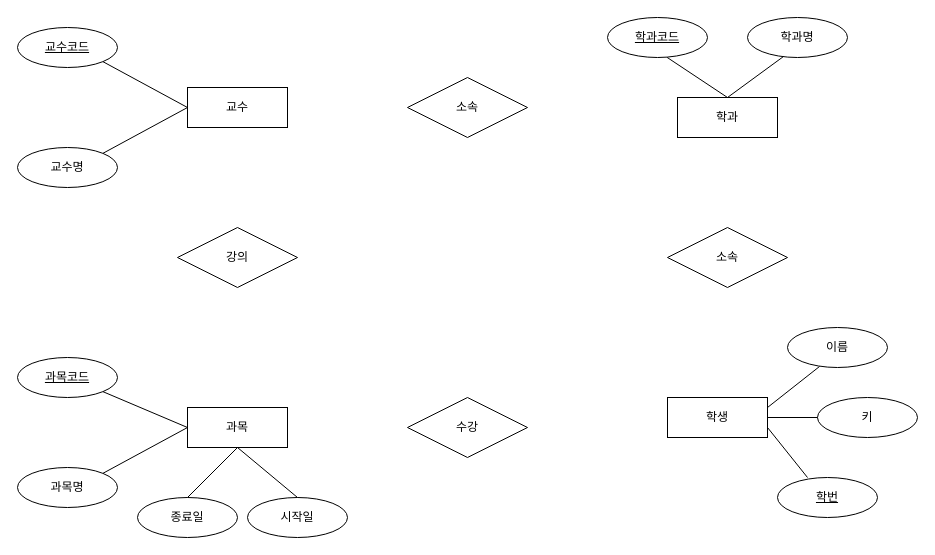
The draw.io diagram 학사관리시스템.drawio in joohyunProjectStorage/erd_sample, before the edit. Source tidied: cells renumbered, new cells numbered last; positions are measured from the earlier drawing's top-left corner, leaving out a move shared by most shapes. Both pictures are drawn from the tidied source at 100%, with x=0, y=0 at pixel (17, 17).
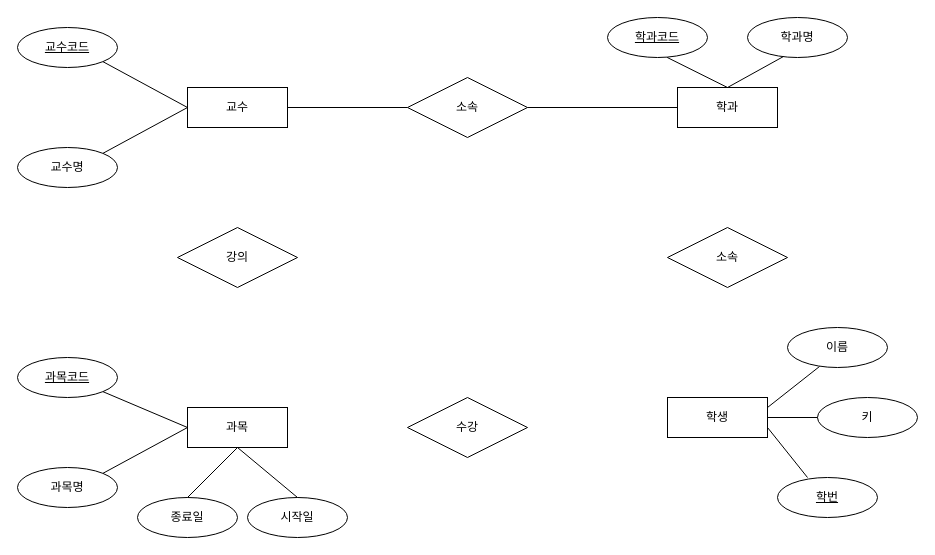
After the change.

Commit message (it also covers changes not shown here):
학사관리시스템.drawio 업데이트

The change refers to these unchanged cells:
```xml
<mxCell id="2" value="교수" style="whiteSpace=wrap;html=1;align=center;" parent="1" vertex="1">
  <mxGeometry x="170" y="70" width="100" height="40" as="geometry" />
</mxCell>
<mxCell id="28" value="소속" style="shape=rhombus;perimeter=rhombusPerimeter;whiteSpace=wrap;html=1;align=center;" parent="1" vertex="1">
  <mxGeometry x="390" y="60" width="120" height="60" as="geometry" />
</mxCell>
```

What changed in the source:
```diff
@@
     <mxCell id="3" value="학과" style="whiteSpace=wrap;html=1;align=center;" parent="1" vertex="1">
-      <mxGeometry x="660" y="80" width="100" height="40" as="geometry" />
+      <mxGeometry x="660" y="70" width="100" height="40" as="geometry" />
     </mxCell>
@@
+    <mxCell id="32" style="endArrow=none;html=1;rounded=0;exitX=1;exitY=0.5;exitDx=0;exitDy=0;entryX=0;entryY=0.5;entryDx=0;entryDy=0;" parent="1" edge="1" source="2" target="28">
+      <mxGeometry relative="1" as="geometry" />
+    </mxCell>
+    <mxCell id="33" style="endArrow=none;html=1;rounded=0;entryX=0;entryY=0.5;entryDx=0;entryDy=0;exitX=1;exitY=0.5;exitDx=0;exitDy=0;" parent="1" edge="1" source="28" target="3">
+      <mxGeometry relative="1" as="geometry" />
+    </mxCell>
```
